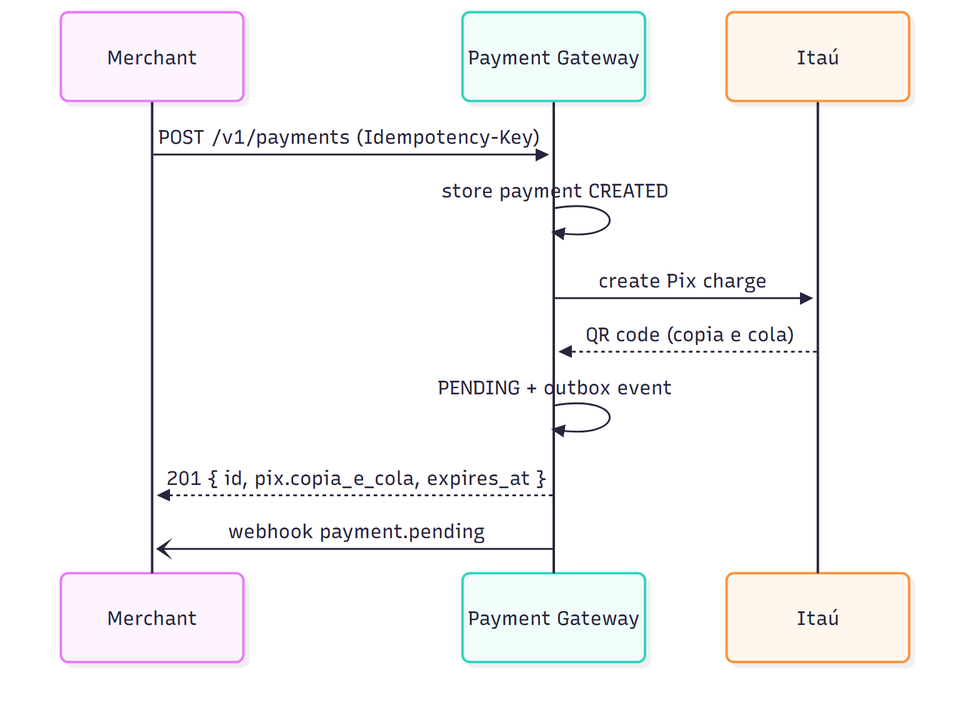
The Mermaid diagram docs/diagrams/create-charge.png in leonardolermen/payment-gateway, before a commit. Its source is kept beside it as docs/diagrams/create-charge.mmd.
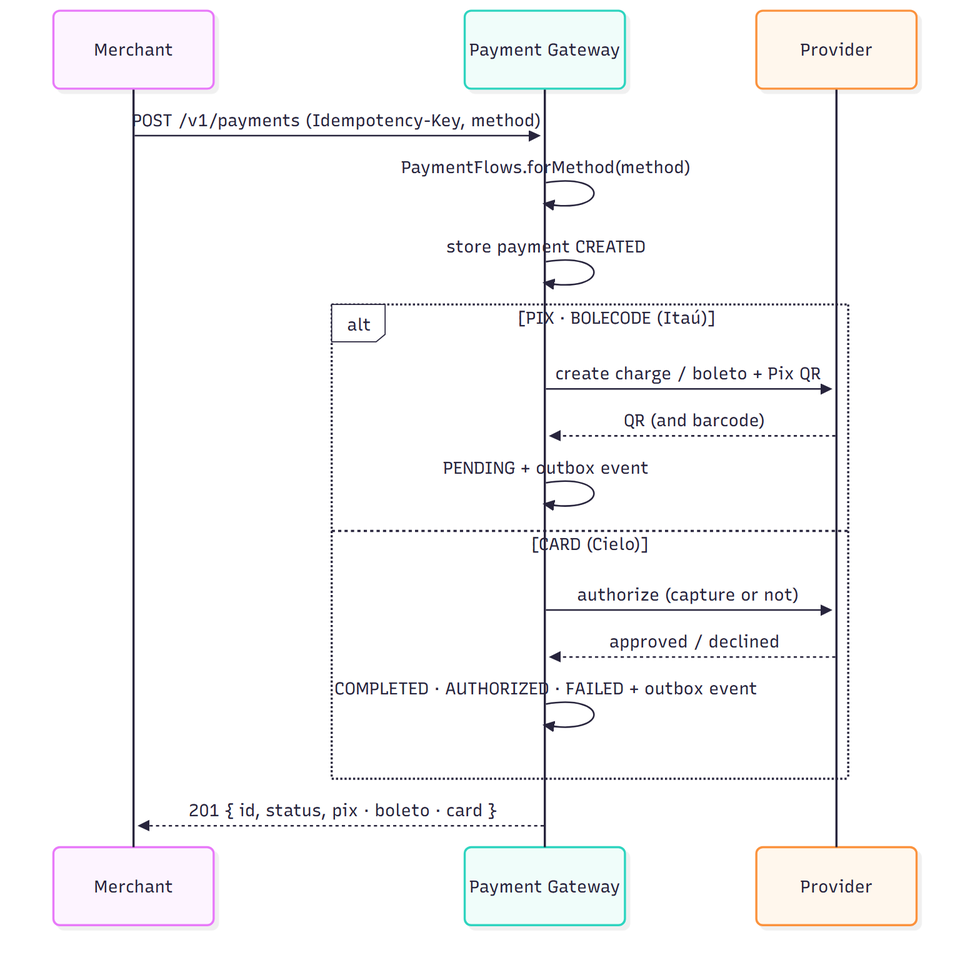
After the commit.

Change to the diagram source:
```diff
@@ -1,12 +1,18 @@
 sequenceDiagram
   participant M as Merchant
   participant GW as Payment Gateway
-  participant B as Itaú
+  participant P as Provider
 
-  M->>GW: POST /v1/payments (Idempotency-Key)
+  M->>GW: POST /v1/payments (Idempotency-Key, method)
+  GW->>GW: PaymentFlows.forMethod(method)
   GW->>GW: store payment CREATED
-  GW->>B: create Pix charge
-  B-->>GW: QR code (copia e cola)
-  GW->>GW: PENDING + outbox event
-  GW-->>M: 201 { id, pix.copia_e_cola, expires_at }
-  GW-)M: webhook payment.pending
+  alt PIX · BOLECODE (Itaú)
+    GW->>P: create charge / boleto + Pix QR
+    P-->>GW: QR (and barcode)
+    GW->>GW: PENDING + outbox event
+  else CARD (Cielo)
+    GW->>P: authorize (capture or not)
+    P-->>GW: approved / declined
+    GW->>GW: COMPLETED · AUTHORIZED · FAILED + outbox event
+  end
+  GW-->>M: 201 { id, status, pix · boleto · card }
```
